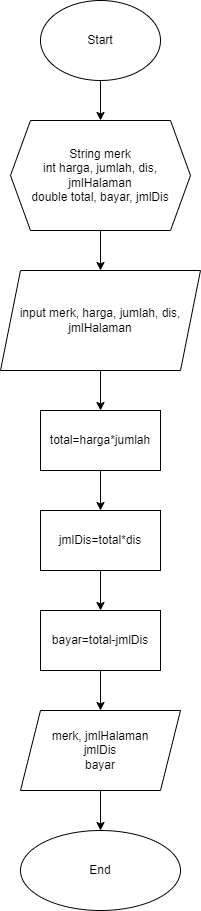
Chuck439/flowchart keeps this draw.io diagram as flowchart 4 2.3.png. Above is the earlier version. Source tidied: cells renumbered, new cells last; positions are measured from the earlier drawing's top-left corner, leaving out a move shared by most shapes.
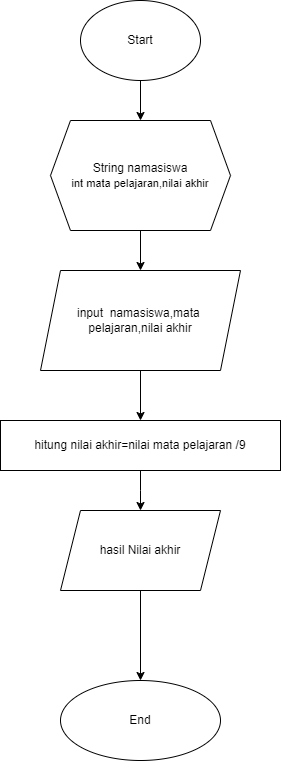
Later version of the same file.

Diff of the diagram source:
```diff
@@ -11,41 +11,31 @@
     <mxCell id="4" style="edgeStyle=orthogonalEdgeStyle;rounded=0;jettySize=auto;html=1;" parent="1" edge="1" source="5" target="7">
       <mxGeometry relative="1" as="geometry" />
     </mxCell>
-    <mxCell id="5" value="String merk&lt;br&gt;int harga, jumlah, dis, jmlHalaman&lt;br&gt;double total, bayar, jmlDis" style="shape=hexagon;perimeter=hexagonPerimeter2;whiteSpace=wrap;html=1;fixedSize=1;align=center;" parent="1" vertex="1">
+    <mxCell id="5" value="String namasiswa&lt;br&gt;&lt;div style=&quot;&quot;&gt;&lt;span style=&quot;font-size: 11px;&quot;&gt;int mata pelajaran,nilai akhir&lt;/span&gt;&lt;/div&gt;" style="shape=hexagon;perimeter=hexagonPerimeter2;whiteSpace=wrap;html=1;fixedSize=1;align=center;" parent="1" vertex="1">
       <mxGeometry x="10" y="120" width="180" height="110" as="geometry" />
     </mxCell>
     <mxCell id="6" style="edgeStyle=orthogonalEdgeStyle;rounded=0;jettySize=auto;html=1;" parent="1" edge="1" source="7" target="9">
       <mxGeometry relative="1" as="geometry" />
     </mxCell>
-    <mxCell id="7" value="input merk, harga, jumlah, dis, jmlHalaman" style="shape=parallelogram;perimeter=parallelogramPerimeter;whiteSpace=wrap;html=1;fixedSize=1;" parent="1" vertex="1">
+    <mxCell id="7" value="input&amp;nbsp; namasiswa,mata&amp;nbsp;&lt;br&gt;pelajaran,nilai akhir" style="shape=parallelogram;perimeter=parallelogramPerimeter;whiteSpace=wrap;html=1;fixedSize=1;" parent="1" vertex="1">
       <mxGeometry y="270" width="200" height="100" as="geometry" />
     </mxCell>
-    <mxCell id="8" style="edgeStyle=orthogonalEdgeStyle;rounded=0;jettySize=auto;html=1;" parent="1" edge="1" source="9" target="11">
-      <mxGeometry relative="1" as="geometry" />
+    <mxCell id="8" style="edgeStyle=orthogonalEdgeStyle;rounded=0;jettySize=auto;html=1;" parent="1" edge="1" source="9">
+      <mxGeometry relative="1" as="geometry">
+        <mxPoint x="100" y="510" as="targetPoint" />
+      </mxGeometry>
     </mxCell>
-    <mxCell id="9" value="total=harga*jumlah" style="whiteSpace=wrap;html=1;" parent="1" vertex="1">
-      <mxGeometry x="40" y="410" width="120" height="60" as="geometry" />
+    <mxCell id="9" value="hitung nilai akhir=nilai mata pelajaran /9" style="whiteSpace=wrap;html=1;" parent="1" vertex="1">
+      <mxGeometry x="-40" y="420" width="280" height="50" as="geometry" />
     </mxCell>
-    <mxCell id="10" style="edgeStyle=orthogonalEdgeStyle;rounded=0;jettySize=auto;html=1;" parent="1" edge="1" source="11" target="13">
-      <mxGeometry relative="1" as="geometry" />
-    </mxCell>
-    <mxCell id="11" value="jmlDis=total*dis" style="whiteSpace=wrap;html=1;" parent="1" vertex="1">
-      <mxGeometry x="40" y="510" width="120" height="60" as="geometry" />
-    </mxCell>
-    <mxCell id="12" style="edgeStyle=orthogonalEdgeStyle;rounded=0;jettySize=auto;html=1;" parent="1" edge="1" source="13" target="15">
-      <mxGeometry relative="1" as="geometry" />
-    </mxCell>
-    <mxCell id="13" value="bayar=total-jmlDis" style="whiteSpace=wrap;html=1;" parent="1" vertex="1">
-      <mxGeometry x="40" y="610" width="120" height="60" as="geometry" />
-    </mxCell>
     <mxCell id="14" style="edgeStyle=orthogonalEdgeStyle;rounded=0;jettySize=auto;html=1;" parent="1" edge="1" source="15" target="16">
       <mxGeometry relative="1" as="geometry" />
     </mxCell>
-    <mxCell id="15" value="merk, jmlHalaman&lt;br&gt;jmlDis&lt;br&gt;bayar" style="shape=parallelogram;perimeter=parallelogramPerimeter;whiteSpace=wrap;html=1;fixedSize=1;" parent="1" vertex="1">
-      <mxGeometry x="20" y="710" width="160" height="80" as="geometry" />
+    <mxCell id="15" value="hasil Nilai akhir" style="shape=parallelogram;perimeter=parallelogramPerimeter;whiteSpace=wrap;html=1;fixedSize=1;" parent="1" vertex="1">
+      <mxGeometry x="20" y="510" width="160" height="80" as="geometry" />
     </mxCell>
     <mxCell id="16" value="End" style="ellipse;whiteSpace=wrap;html=1;" parent="1" vertex="1">
-      <mxGeometry x="20" y="830" width="160" height="80" as="geometry" />
+      <mxGeometry x="20" y="680" width="160" height="80" as="geometry" />
     </mxCell>
   </root>
 </mxGraphModel>
```
